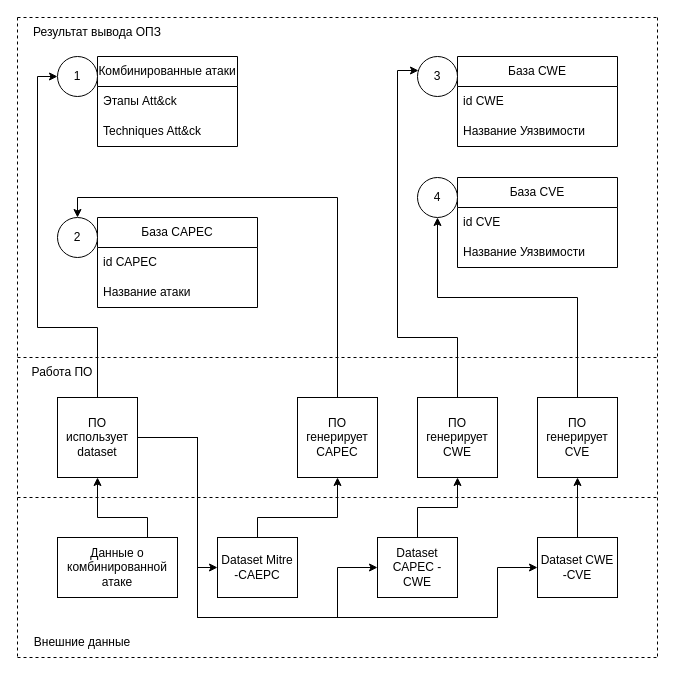
Earlier version of the draw.io diagram New_Shema_OPZ/(Обновленная схема ОПЗ) Входные данные.drawio (SmirnovBogdan8/Diplom). Source tidied: cells renumbered, new cells numbered last; positions are measured from the earlier drawing's top-left corner, leaving out a move shared by most shapes. Both pictures are drawn from the tidied source at 100%, with x=0, y=0 at pixel (17, 17).
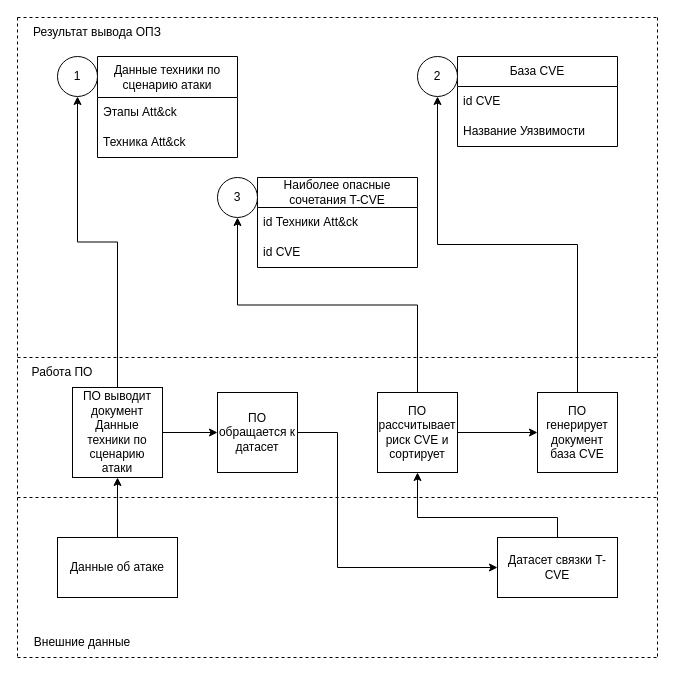
The same page after the edit.

Unchanged cells that the change refers to:
```xml
<mxCell id="17" value="1" style="ellipse;whiteSpace=wrap;html=1;" parent="1" vertex="1">
  <mxGeometry x="40" y="39" width="40" height="40" as="geometry" />
</mxCell>
```

Change to the diagram source:
```diff
@@
-    <mxCell id="5" value="База CAPEC" style="swimlane;fontStyle=0;horizontal=1;startSize=30;whiteSpace=wrap;html=1;" parent="1" vertex="1">
-      <mxGeometry x="80" y="200" width="160" height="90" as="geometry" />
-    </mxCell>
-    <mxCell id="6" value="id CAPEC" style="text;strokeColor=none;fillColor=none;align=left;verticalAlign=middle;spacingLeft=4;spacingRight=4;overflow=hidden;whiteSpace=wrap;html=1;" parent="5" vertex="1">
-      <mxGeometry y="30" width="160" height="30" as="geometry" />
-    </mxCell>
-    <mxCell id="7" value="Название атаки" style="text;strokeColor=none;fillColor=none;align=left;verticalAlign=middle;spacingLeft=4;spacingRight=4;overflow=hidden;whiteSpace=wrap;html=1;" parent="5" vertex="1">
-      <mxGeometry y="60" width="160" height="30" as="geometry" />
-    </mxCell>
     <mxCell id="8" value="База CVE" style="swimlane;fontStyle=0;horizontal=1;startSize=30;whiteSpace=wrap;html=1;" parent="1" vertex="1">
-      <mxGeometry x="440" y="160" width="160" height="90" as="geometry" />
+      <mxGeometry x="440" y="39" width="160" height="90" as="geometry" />
     </mxCell>
@@
-    <mxCell id="11" value="Комбинированные атаки" style="swimlane;fontStyle=0;horizontal=1;startSize=30;whiteSpace=wrap;html=1;" parent="1" vertex="1">
-      <mxGeometry x="80" y="39" width="140" height="90" as="geometry" />
+    <mxCell id="11" value="Данные техники по сценарию атаки" style="swimlane;fontStyle=0;horizontal=1;startSize=41;whiteSpace=wrap;html=1;" parent="1" vertex="1">
+      <mxGeometry x="80" y="39" width="140" height="101" as="geometry" />
     </mxCell>
     <mxCell id="12" value="Этапы Att&amp;amp;ck" style="text;strokeColor=none;fillColor=none;align=left;verticalAlign=middle;spacingLeft=4;spacingRight=4;overflow=hidden;whiteSpace=wrap;html=1;" parent="11" vertex="1">
-      <mxGeometry y="30" width="140" height="30" as="geometry" />
+      <mxGeometry y="41" width="140" height="30" as="geometry" />
     </mxCell>
-    <mxCell id="13" value="Techniques Att&amp;amp;ck" style="text;strokeColor=none;fillColor=none;align=left;verticalAlign=middle;spacingLeft=4;spacingRight=4;overflow=hidden;whiteSpace=wrap;html=1;" parent="11" vertex="1">
-      <mxGeometry y="60" width="140" height="30" as="geometry" />
+    <mxCell id="13" value="Техника Att&amp;amp;ck" style="text;strokeColor=none;fillColor=none;align=left;verticalAlign=middle;spacingLeft=4;spacingRight=4;overflow=hidden;whiteSpace=wrap;html=1;" parent="11" vertex="1">
+      <mxGeometry y="71" width="140" height="30" as="geometry" />
     </mxCell>
-    <mxCell id="14" style="edgeStyle=orthogonalEdgeStyle;rounded=0;jettySize=auto;html=1;exitX=0.5;exitY=0;exitDx=0;exitDy=0;entryX=0.5;entryY=0;entryDx=0;entryDy=0;" parent="1" edge="1" source="15" target="21">
-      <mxGeometry relative="1" as="geometry" />
-    </mxCell>
-    <mxCell id="15" value="ПО генерирует CAPEC" style="whiteSpace=wrap;html=1;" parent="1" vertex="1">
-      <mxGeometry x="280" y="380" width="80" height="80" as="geometry" />
-    </mxCell>
@@
-    <mxCell id="18" value="База CWE" style="swimlane;fontStyle=0;horizontal=1;startSize=30;whiteSpace=wrap;html=1;" parent="1" vertex="1">
-      <mxGeometry x="440" y="39" width="160" height="90" as="geometry" />
-    </mxCell>
-    <mxCell id="19" value="id CWE" style="text;strokeColor=none;fillColor=none;align=left;verticalAlign=middle;spacingLeft=4;spacingRight=4;overflow=hidden;whiteSpace=wrap;html=1;" parent="18" vertex="1">
-      <mxGeometry y="30" width="160" height="30" as="geometry" />
-    </mxCell>
-    <mxCell id="20" value="Название Уязвимости" style="text;strokeColor=none;fillColor=none;align=left;verticalAlign=middle;spacingLeft=4;spacingRight=4;overflow=hidden;whiteSpace=wrap;html=1;" parent="18" vertex="1">
-      <mxGeometry y="60" width="160" height="30" as="geometry" />
-    </mxCell>
-    <mxCell id="21" value="2" style="ellipse;whiteSpace=wrap;html=1;" parent="1" vertex="1">
-      <mxGeometry x="40" y="200" width="40" height="40" as="geometry" />
-    </mxCell>
-    <mxCell id="22" value="ПО генерирует&lt;div&gt;CWE&lt;/div&gt;" style="whiteSpace=wrap;html=1;" parent="1" vertex="1">
-      <mxGeometry x="400" y="380" width="80" height="80" as="geometry" />
-    </mxCell>
-    <mxCell id="23" style="edgeStyle=orthogonalEdgeStyle;rounded=0;jettySize=auto;html=1;exitX=0.5;exitY=0;exitDx=0;exitDy=0;entryX=0.5;entryY=1;entryDx=0;entryDy=0;" parent="1" edge="1" source="24" target="26">
-      <mxGeometry relative="1" as="geometry">
-        <Array as="points">
-          <mxPoint x="560" y="280" />
-          <mxPoint x="420" y="280" />
-        </Array>
-      </mxGeometry>
+    <mxCell id="23" style="edgeStyle=orthogonalEdgeStyle;rounded=0;jettySize=auto;html=1;exitX=0.5;exitY=0;exitDx=0;exitDy=0;" parent="1" edge="1" source="24" target="26">
+      <mxGeometry relative="1" as="geometry" />
     </mxCell>
-    <mxCell id="24" value="ПО генерирует&lt;div&gt;CVE&lt;/div&gt;" style="whiteSpace=wrap;html=1;" parent="1" vertex="1">
-      <mxGeometry x="520" y="380" width="80" height="80" as="geometry" />
+    <mxCell id="24" value="ПО генерирует&lt;div&gt;документ база CVE&lt;/div&gt;" style="whiteSpace=wrap;html=1;" parent="1" vertex="1">
+      <mxGeometry x="520" y="375" width="80" height="80" as="geometry" />
     </mxCell>
-    <mxCell id="25" value="3" style="ellipse;whiteSpace=wrap;html=1;" parent="1" vertex="1">
-      <mxGeometry x="400" y="39" width="40" height="40" as="geometry" />
-    </mxCell>
-    <mxCell id="26" value="4" style="ellipse;whiteSpace=wrap;html=1;" parent="1" vertex="1">
-      <mxGeometry x="400" y="160" width="40" height="40" as="geometry" />
+    <mxCell id="26" value="2" style="ellipse;whiteSpace=wrap;html=1;" parent="1" vertex="1">
+      <mxGeometry x="400" y="39" width="40" height="40" as="geometry" />
     </mxCell>
-    <mxCell id="27" style="edgeStyle=orthogonalEdgeStyle;rounded=0;jettySize=auto;html=1;exitX=0.5;exitY=0;exitDx=0;exitDy=0;entryX=0;entryY=0.5;entryDx=0;entryDy=0;" parent="1" edge="1" source="31" target="17">
-      <mxGeometry relative="1" as="geometry">
-        <Array as="points">
-          <mxPoint x="80" y="310" />
-          <mxPoint x="20" y="310" />
-          <mxPoint x="20" y="59" />
-        </Array>
-      </mxGeometry>
+    <mxCell id="27" style="edgeStyle=orthogonalEdgeStyle;rounded=0;jettySize=auto;html=1;exitX=0.5;exitY=0;exitDx=0;exitDy=0;entryX=0.5;entryY=1;entryDx=0;entryDy=0;" parent="1" edge="1" source="31" target="17">
+      <mxGeometry relative="1" as="geometry" />
     </mxCell>
-    <mxCell id="28" style="edgeStyle=orthogonalEdgeStyle;rounded=0;jettySize=auto;html=1;exitX=1;exitY=0.5;exitDx=0;exitDy=0;entryX=0;entryY=0.5;entryDx=0;entryDy=0;" parent="1" edge="1" source="31" target="41">
-      <mxGeometry relative="1" as="geometry">
-        <Array as="points">
-          <mxPoint x="180" y="420" />
-          <mxPoint x="180" y="550" />
-        </Array>
-      </mxGeometry>
-    </mxCell>
-    <mxCell id="29" style="edgeStyle=orthogonalEdgeStyle;rounded=0;jettySize=auto;html=1;exitX=1;exitY=0.5;exitDx=0;exitDy=0;entryX=0;entryY=0.5;entryDx=0;entryDy=0;" parent="1" edge="1" source="31" target="43">
-      <mxGeometry relative="1" as="geometry">
-        <Array as="points">
-          <mxPoint x="180" y="420" />
-          <mxPoint x="180" y="600" />
-          <mxPoint x="320" y="600" />
-          <mxPoint x="320" y="550" />
-        </Array>
-      </mxGeometry>
-    </mxCell>
-    <mxCell id="30" style="edgeStyle=orthogonalEdgeStyle;rounded=0;jettySize=auto;html=1;exitX=1;exitY=0.5;exitDx=0;exitDy=0;entryX=0;entryY=0.5;entryDx=0;entryDy=0;" parent="1" edge="1" source="31" target="45">
-      <mxGeometry relative="1" as="geometry">
-        <Array as="points">
-          <mxPoint x="180" y="420" />
-          <mxPoint x="180" y="600" />
-          <mxPoint x="480" y="600" />
-          <mxPoint x="480" y="550" />
-        </Array>
-      </mxGeometry>
-    </mxCell>
+    <mxCell id="46" style="edgeStyle=orthogonalEdgeStyle;rounded=0;jettySize=auto;html=1;" parent="1" edge="1" source="31" target="53">
+      <mxGeometry relative="1" as="geometry" />
+    </mxCell>
-    <mxCell id="31" value="ПО использует dataset" style="whiteSpace=wrap;html=1;" parent="1" vertex="1">
-      <mxGeometry x="40" y="380" width="80" height="80" as="geometry" />
+    <mxCell id="31" value="ПО выводит документ Данные техники по сценарию атаки" style="whiteSpace=wrap;html=1;" parent="1" vertex="1">
+      <mxGeometry x="55" y="370" width="90" height="90" as="geometry" />
     </mxCell>
     <mxCell id="32" style="edgeStyle=orthogonalEdgeStyle;rounded=0;jettySize=auto;html=1;exitX=0.5;exitY=0;exitDx=0;exitDy=0;entryX=0.5;entryY=1;entryDx=0;entryDy=0;" parent="1" edge="1" source="33" target="31">
-      <mxGeometry relative="1" as="geometry">
-        <Array as="points">
-          <mxPoint x="130" y="500" />
-          <mxPoint x="80" y="500" />
-        </Array>
-      </mxGeometry>
+      <mxGeometry relative="1" as="geometry" />
     </mxCell>
-    <mxCell id="33" value="Данные о комбинированной атаке" style="rounded=0;whiteSpace=wrap;html=1;" parent="1" vertex="1">
+    <mxCell id="33" value="Данные об атаке" style="rounded=0;whiteSpace=wrap;html=1;" parent="1" vertex="1">
       <mxGeometry x="40" y="520" width="120" height="60" as="geometry" />
     </mxCell>
@@
-    <mxCell id="39" style="edgeStyle=orthogonalEdgeStyle;rounded=0;jettySize=auto;html=1;exitX=0.5;exitY=0;exitDx=0;exitDy=0;entryX=0.025;entryY=0.35;entryDx=0;entryDy=0;entryPerimeter=0;" parent="1" edge="1" source="22" target="25">
-      <mxGeometry relative="1" as="geometry">
-        <Array as="points">
-          <mxPoint x="440" y="320" />
-          <mxPoint x="380" y="320" />
-          <mxPoint x="380" y="53" />
-        </Array>
-      </mxGeometry>
-    </mxCell>
-    <mxCell id="40" style="edgeStyle=orthogonalEdgeStyle;rounded=0;jettySize=auto;html=1;entryX=0.5;entryY=1;entryDx=0;entryDy=0;" parent="1" edge="1" source="41" target="15">
-      <mxGeometry relative="1" as="geometry">
-        <Array as="points">
-          <mxPoint x="240" y="500" />
-          <mxPoint x="320" y="500" />
-        </Array>
-      </mxGeometry>
-    </mxCell>
-    <mxCell id="41" value="Dataset Mitre -CAEPC" style="rounded=0;whiteSpace=wrap;html=1;" parent="1" vertex="1">
-      <mxGeometry x="200" y="520" width="80" height="60" as="geometry" />
-    </mxCell>
-    <mxCell id="42" style="edgeStyle=orthogonalEdgeStyle;rounded=0;jettySize=auto;html=1;exitX=0.5;exitY=0;exitDx=0;exitDy=0;entryX=0.5;entryY=1;entryDx=0;entryDy=0;" parent="1" edge="1" source="43" target="22">
-      <mxGeometry relative="1" as="geometry" />
-    </mxCell>
-    <mxCell id="43" value="Dataset CAPEC - CWE" style="rounded=0;whiteSpace=wrap;html=1;" parent="1" vertex="1">
-      <mxGeometry x="360" y="520" width="80" height="60" as="geometry" />
-    </mxCell>
-    <mxCell id="44" style="edgeStyle=orthogonalEdgeStyle;rounded=0;jettySize=auto;html=1;" parent="1" edge="1" source="45" target="24">
-      <mxGeometry relative="1" as="geometry" />
-    </mxCell>
-    <mxCell id="45" value="Dataset CWE -CVE" style="rounded=0;whiteSpace=wrap;html=1;" parent="1" vertex="1">
-      <mxGeometry x="520" y="520" width="80" height="60" as="geometry" />
-    </mxCell>
+    <mxCell id="47" value="Наиболее опасные сочетания T-CVE" style="swimlane;fontStyle=0;horizontal=1;startSize=30;whiteSpace=wrap;html=1;" parent="1" vertex="1">
+      <mxGeometry x="240" y="160" width="160" height="90" as="geometry" />
+    </mxCell>
+    <mxCell id="48" value="id Техники Att&amp;amp;ck" style="text;strokeColor=none;fillColor=none;align=left;verticalAlign=middle;spacingLeft=4;spacingRight=4;overflow=hidden;whiteSpace=wrap;html=1;" parent="47" vertex="1">
+      <mxGeometry y="30" width="160" height="30" as="geometry" />
+    </mxCell>
+    <mxCell id="49" value="id CVE" style="text;strokeColor=none;fillColor=none;align=left;verticalAlign=middle;spacingLeft=4;spacingRight=4;overflow=hidden;whiteSpace=wrap;html=1;" parent="47" vertex="1">
+      <mxGeometry y="60" width="160" height="30" as="geometry" />
+    </mxCell>
+    <mxCell id="25" value="3" style="ellipse;whiteSpace=wrap;html=1;" parent="1" vertex="1">
+      <mxGeometry x="200" y="160" width="40" height="40" as="geometry" />
+    </mxCell>
+    <mxCell id="50" style="edgeStyle=orthogonalEdgeStyle;rounded=0;jettySize=auto;html=1;exitX=0.5;exitY=0;exitDx=0;exitDy=0;entryX=0.5;entryY=1;entryDx=0;entryDy=0;" parent="1" edge="1" source="51" target="56">
+      <mxGeometry relative="1" as="geometry">
+        <Array as="points">
+          <mxPoint x="540" y="500" />
+          <mxPoint x="400" y="500" />
+        </Array>
+      </mxGeometry>
+    </mxCell>
+    <mxCell id="51" value="Датасет связки T-CVE" style="rounded=0;whiteSpace=wrap;html=1;" parent="1" vertex="1">
+      <mxGeometry x="480" y="520" width="120" height="60" as="geometry" />
+    </mxCell>
+    <mxCell id="52" style="edgeStyle=orthogonalEdgeStyle;rounded=0;jettySize=auto;html=1;entryX=0;entryY=0.5;entryDx=0;entryDy=0;" parent="1" edge="1" source="53" target="51">
+      <mxGeometry relative="1" as="geometry">
+        <Array as="points">
+          <mxPoint x="320" y="415" />
+          <mxPoint x="320" y="550" />
+        </Array>
+      </mxGeometry>
+    </mxCell>
+    <mxCell id="53" value="ПО обращается к датасет" style="whiteSpace=wrap;html=1;" parent="1" vertex="1">
+      <mxGeometry x="200" y="375" width="80" height="80" as="geometry" />
+    </mxCell>
+    <mxCell id="54" style="edgeStyle=orthogonalEdgeStyle;rounded=0;jettySize=auto;html=1;" parent="1" edge="1" source="56" target="24">
+      <mxGeometry relative="1" as="geometry" />
+    </mxCell>
+    <mxCell id="55" style="edgeStyle=orthogonalEdgeStyle;rounded=0;jettySize=auto;html=1;exitX=0.5;exitY=0;exitDx=0;exitDy=0;entryX=0.5;entryY=1;entryDx=0;entryDy=0;" parent="1" edge="1" source="56" target="25">
+      <mxGeometry relative="1" as="geometry" />
+    </mxCell>
+    <mxCell id="56" value="ПО рассчитывает риск&lt;span style=&quot;background-color: initial;&quot;&gt;&amp;nbsp;CVE и сортирует&lt;/span&gt;" style="whiteSpace=wrap;html=1;" parent="1" vertex="1">
+      <mxGeometry x="360" y="375" width="80" height="80" as="geometry" />
+    </mxCell>
```
